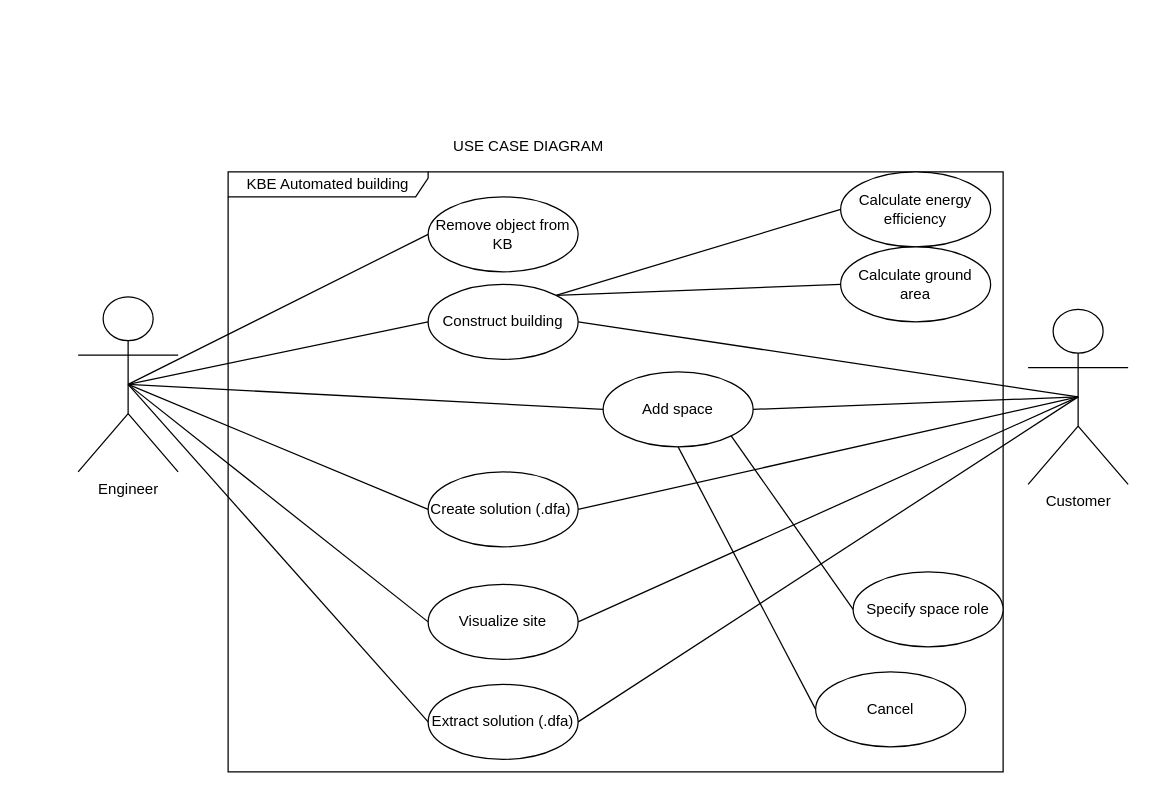
Above: page "Use case" (1 of 9) of Diagrams/Diagrams.drawio in Hallvaeb/automation-p2-construction-knowledge-base (draw.io), before the change. Source tidied: cells renumbered, new cells numbered last; positions are measured from the earlier drawing's top-left corner, leaving out a move shared by most shapes. Both pictures are drawn from the tidied source at 125%, with x=0, y=0 at pixel (78, 134).
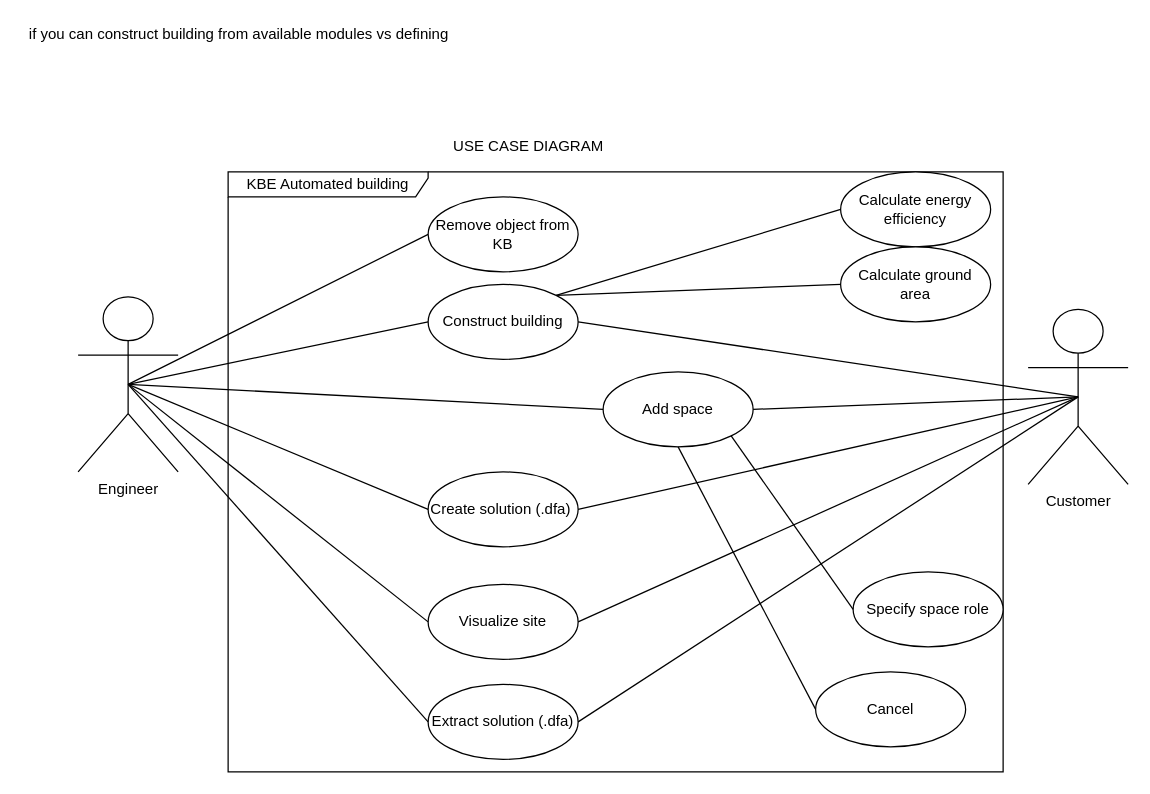
Above is the later version.

The edit, as a diff of the source:
```diff
@@
+    <mxCell id="31" value="if you can construct building from available modules vs defining&amp;nbsp;" style="text;html=1;align=center;verticalAlign=middle;strokeColor=none;fillColor=none;" parent="1" vertex="1">
+      <mxGeometry x="-45" y="-90" width="350" height="20" as="geometry" />
+    </mxCell>
```
